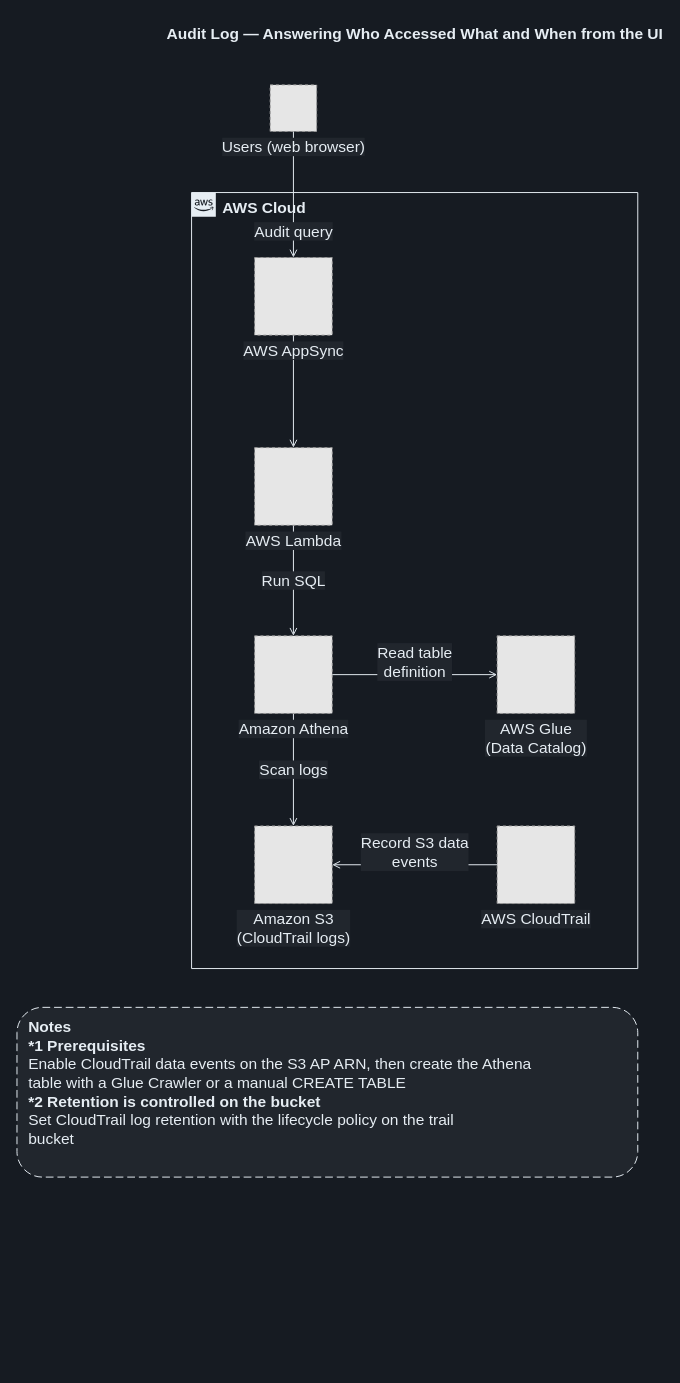
Before: docs/diagrams/dark/part2-audit-log-pipeline-en.drawio in Yoshiki0705/FSx-for-ONTAP-S3AccessPoints-Serverless-Patterns, a draw.io diagram. Source tidied: cells renumbered, new cells numbered last; positions are measured from the earlier drawing's top-left corner, leaving out a move shared by most shapes. Both pictures are drawn from the tidied source at 97%, with x=0, y=0 at pixel (16, 16). Pictures stored in the file or linked from it are replaced by grey dashed boxes.
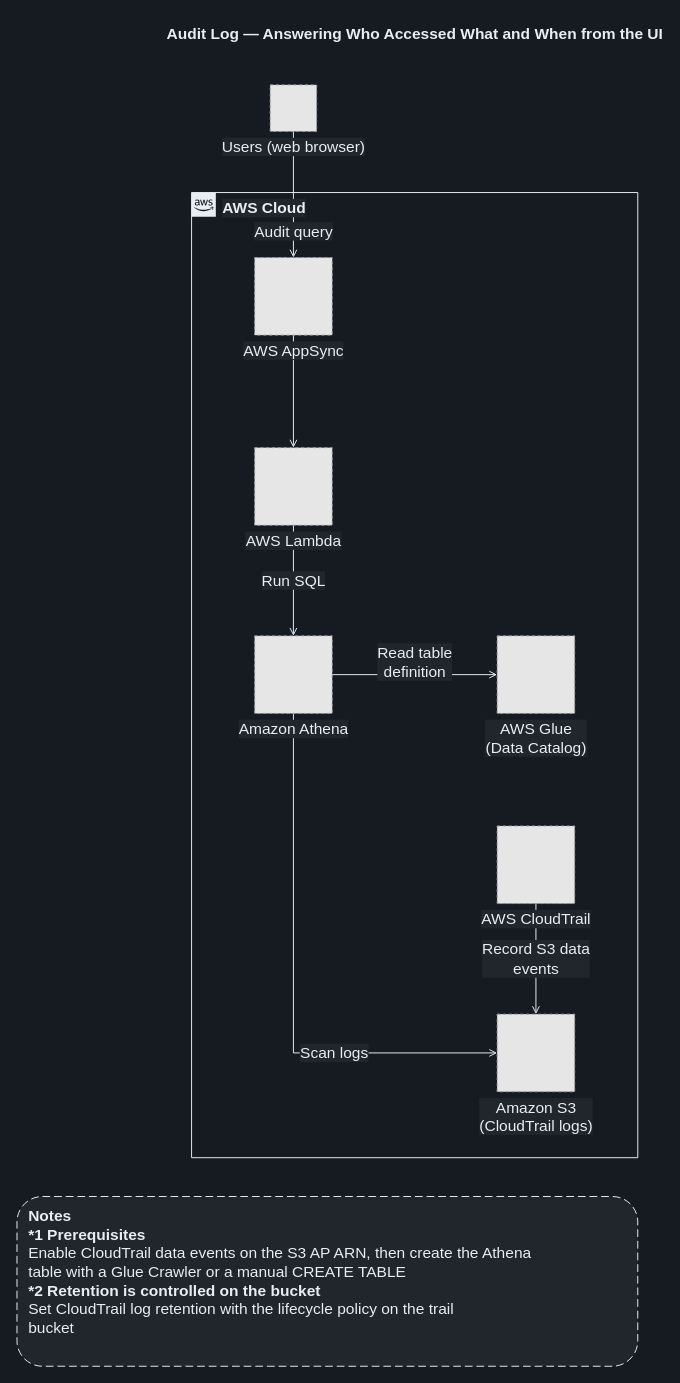
The same page after the edit.

The edit, as a diff of the source:
```diff
@@
 <mxGraphModel background="#161B22">
   <root>
     <mxCell id="0" />
     <mxCell id="1" parent="0" />
     <mxCell id="2" value="Audit Log — Answering Who Accessed What and When from the UI" style="text;html=1;align=center;verticalAlign=middle;fontSize=16;fontStyle=1;fontColor=#E6EDF3;" parent="1" vertex="1">
       <mxGeometry x="180" width="460" height="34" as="geometry" />
     </mxCell>
-    <mxCell id="3" value="AWS Cloud" style="gradientColor=none;html=1;whiteSpace=wrap;fontSize=16;fontStyle=1;shape=mxgraph.aws4.group;grIcon=mxgraph.aws4.group_aws_cloud_alt;strokeColor=#E6EDF3;fillColor=none;verticalAlign=top;align=left;spacingLeft=30;fontColor=#E6EDF3;dashed=0;" parent="1" vertex="1">
-      <mxGeometry x="180" y="181" width="460" height="800" as="geometry" />
-    </mxCell>
     <mxCell id="4" value="Audit query" style="edgeStyle=orthogonalEdgeStyle;rounded=0;jettySize=auto;html=1;endArrow=open;endFill=0;strokeColor=#E6EDF3;strokeWidth=1;fontSize=16;fontColor=#E6EDF3;labelBackgroundColor=#21262D;" parent="1" edge="1" source="10" target="11">
       <mxGeometry relative="1" as="geometry">
         <mxPoint y="38" as="offset" />
       </mxGeometry>
     </mxCell>
     <mxCell id="5" style="edgeStyle=orthogonalEdgeStyle;rounded=0;jettySize=auto;html=1;endArrow=open;endFill=0;strokeColor=#E6EDF3;strokeWidth=1;fontSize=16;fontColor=#E6EDF3;labelBackgroundColor=#21262D;" parent="1" edge="1" source="11" target="12">
       <mxGeometry relative="1" as="geometry" />
     </mxCell>
     <mxCell id="6" value="Run SQL" style="edgeStyle=orthogonalEdgeStyle;rounded=0;jettySize=auto;html=1;endArrow=open;endFill=0;strokeColor=#E6EDF3;strokeWidth=1;fontSize=16;fontColor=#E6EDF3;labelBackgroundColor=#21262D;" parent="1" edge="1" source="12" target="13">
       <mxGeometry relative="1" as="geometry" />
     </mxCell>
     <mxCell id="7" value="Read table&lt;br&gt;definition" style="edgeStyle=orthogonalEdgeStyle;rounded=0;jettySize=auto;html=1;endArrow=open;endFill=0;strokeColor=#E6EDF3;strokeWidth=1;fontSize=16;fontColor=#E6EDF3;labelBackgroundColor=#21262D;" parent="1" edge="1" source="13" target="14">
       <mxGeometry relative="1" as="geometry">
         <mxPoint y="-13" as="offset" />
       </mxGeometry>
     </mxCell>
-    <mxCell id="8" value="Scan logs" style="edgeStyle=orthogonalEdgeStyle;rounded=0;jettySize=auto;html=1;endArrow=open;endFill=0;strokeColor=#E6EDF3;strokeWidth=1;fontSize=16;fontColor=#E6EDF3;labelBackgroundColor=#21262D;" parent="1" edge="1" source="13" target="15">
-      <mxGeometry relative="1" as="geometry" />
+    <mxCell id="8" value="Scan logs" style="edgeStyle=orthogonalEdgeStyle;rounded=0;jettySize=auto;html=1;endArrow=open;endFill=0;strokeColor=#E6EDF3;strokeWidth=1;fontSize=16;fontColor=#E6EDF3;labelBackgroundColor=#21262D;exitX=0.5;exitY=1;exitDx=0;exitDy=0;entryX=0;entryY=0.5;entryDx=0;entryDy=0;" parent="1" edge="1" source="13" target="15">
+      <mxGeometry x="0.4" relative="1" as="geometry" />
     </mxCell>
     <mxCell id="9" value="Record S3 data&lt;br&gt;events" style="edgeStyle=orthogonalEdgeStyle;rounded=0;jettySize=auto;html=1;endArrow=open;endFill=0;strokeColor=#E6EDF3;strokeWidth=1;fontSize=16;fontColor=#E6EDF3;labelBackgroundColor=#21262D;" parent="1" edge="1" source="16" target="15">
-      <mxGeometry relative="1" as="geometry">
-        <mxPoint y="-13" as="offset" />
-      </mxGeometry>
+      <mxGeometry relative="1" as="geometry" />
     </mxCell>
+    <mxCell id="3" value="AWS Cloud" style="gradientColor=none;html=1;whiteSpace=wrap;fontSize=16;fontStyle=1;shape=mxgraph.aws4.group;grIcon=mxgraph.aws4.group_aws_cloud_alt;strokeColor=#E6EDF3;fillColor=none;verticalAlign=top;align=left;spacingLeft=30;fontColor=#E6EDF3;dashed=0;labelBackgroundColor=#21262D;" parent="1" vertex="1">
+      <mxGeometry x="180" y="181" width="460" height="995" as="geometry" />
+    </mxCell>
     <mxCell id="10" value="Users (web browser)" style="fillColor=#E6E6E6;strokeColor=#999999;dashed=1;html=1;verticalLabelPosition=bottom;verticalAlign=top;labelPosition=center;align=center;fontSize=16;fontColor=#E6EDF3;labelBackgroundColor=#21262D;" parent="1" vertex="1">
       <mxGeometry x="261" y="70" width="48" height="48" as="geometry" />
     </mxCell>
     <mxCell id="11" value="AWS AppSync" style="fillColor=#E6E6E6;strokeColor=#999999;dashed=1;html=1;verticalLabelPosition=bottom;verticalAlign=top;labelPosition=center;align=center;fontSize=16;fontColor=#E6EDF3;labelBackgroundColor=#21262D;" parent="1" vertex="1">
       <mxGeometry x="245" y="248" width="80" height="80" as="geometry" />
     </mxCell>
     <mxCell id="12" value="AWS Lambda" style="fillColor=#E6E6E6;strokeColor=#999999;dashed=1;html=1;verticalLabelPosition=bottom;verticalAlign=top;labelPosition=center;align=center;fontSize=16;fontColor=#E6EDF3;labelBackgroundColor=#21262D;" parent="1" vertex="1">
       <mxGeometry x="245" y="444" width="80" height="80" as="geometry" />
     </mxCell>
     <mxCell id="13" value="Amazon Athena" style="fillColor=#E6E6E6;strokeColor=#999999;dashed=1;html=1;verticalLabelPosition=bottom;verticalAlign=top;labelPosition=center;align=center;fontSize=16;fontColor=#E6EDF3;labelBackgroundColor=#21262D;" parent="1" vertex="1">
       <mxGeometry x="245" y="638" width="80" height="80" as="geometry" />
     </mxCell>
     <mxCell id="14" value="AWS Glue&lt;br&gt;(Data Catalog)" style="fillColor=#E6E6E6;strokeColor=#999999;dashed=1;html=1;verticalLabelPosition=bottom;verticalAlign=top;labelPosition=center;align=center;fontSize=16;fontColor=#E6EDF3;labelBackgroundColor=#21262D;" parent="1" vertex="1">
       <mxGeometry x="495" y="638" width="80" height="80" as="geometry" />
     </mxCell>
+    <mxCell id="16" value="AWS CloudTrail" style="fillColor=#E6E6E6;strokeColor=#999999;dashed=1;html=1;verticalLabelPosition=bottom;verticalAlign=top;labelPosition=center;align=center;fontSize=16;fontColor=#E6EDF3;labelBackgroundColor=#21262D;" parent="1" vertex="1">
+      <mxGeometry x="495" y="834" width="80" height="80" as="geometry" />
+    </mxCell>
     <mxCell id="15" value="Amazon S3&lt;br&gt;(CloudTrail logs)" style="fillColor=#E6E6E6;strokeColor=#999999;dashed=1;html=1;verticalLabelPosition=bottom;verticalAlign=top;labelPosition=center;align=center;fontSize=16;fontColor=#E6EDF3;labelBackgroundColor=#21262D;" parent="1" vertex="1">
-      <mxGeometry x="245" y="834" width="80" height="80" as="geometry" />
+      <mxGeometry x="495" y="1028" width="80" height="80" as="geometry" />
     </mxCell>
-    <mxCell id="16" value="AWS CloudTrail" style="fillColor=#E6E6E6;strokeColor=#999999;dashed=1;html=1;verticalLabelPosition=bottom;verticalAlign=top;labelPosition=center;align=center;fontSize=16;fontColor=#E6EDF3;labelBackgroundColor=#21262D;" parent="1" vertex="1">
-      <mxGeometry x="495" y="834" width="80" height="80" as="geometry" />
-    </mxCell>
     <mxCell id="17" value="&lt;b&gt;Notes&lt;/b&gt;&lt;br&gt;&lt;b&gt;*1 Prerequisites&lt;/b&gt;&lt;br&gt;Enable CloudTrail data events on the S3 AP ARN, then create the Athena&lt;br&gt;table with a Glue Crawler or a manual CREATE TABLE&lt;br&gt;&lt;b&gt;*2 Retention is controlled on the bucket&lt;/b&gt;&lt;br&gt;Set CloudTrail log retention with the lifecycle policy on the trail&lt;br&gt;bucket" style="rounded=1;whiteSpace=wrap;html=1;dashed=1;dashPattern=8 4;strokeColor=#E6EDF3;fillColor=#21262D;align=left;verticalAlign=top;spacingLeft=10;spacingTop=4;fontSize=16;fontColor=#E6EDF3;" parent="1" vertex="1">
-      <mxGeometry y="1021" width="640" height="175" as="geometry" />
+      <mxGeometry y="1216" width="640" height="175" as="geometry" />
     </mxCell>
   </root>
 </mxGraphModel>
```
